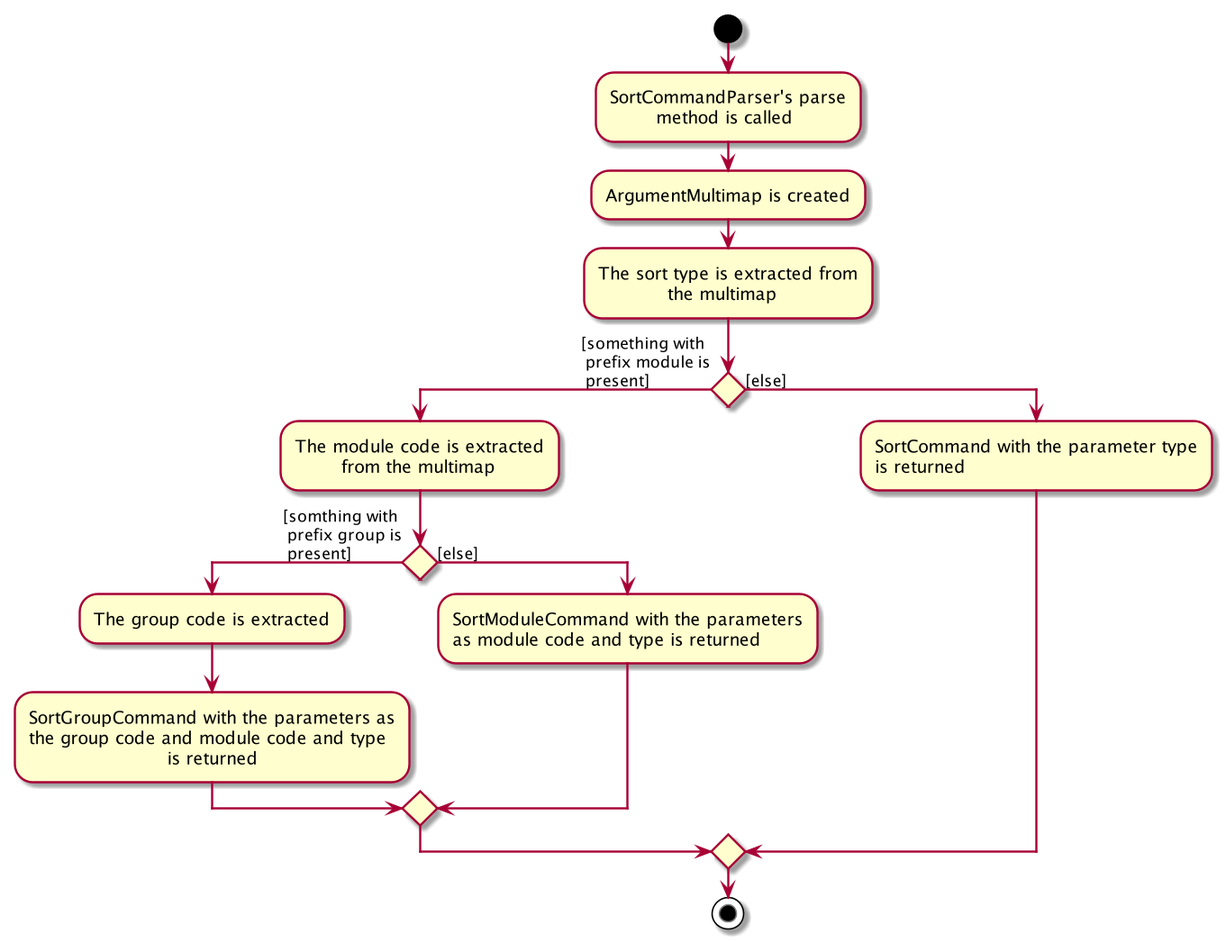
Before: docs/images/SortParserActivityDiagram.png, a diagram exported from PlantUML (nus-cs2103-AY1920S2/addressbook-level3).
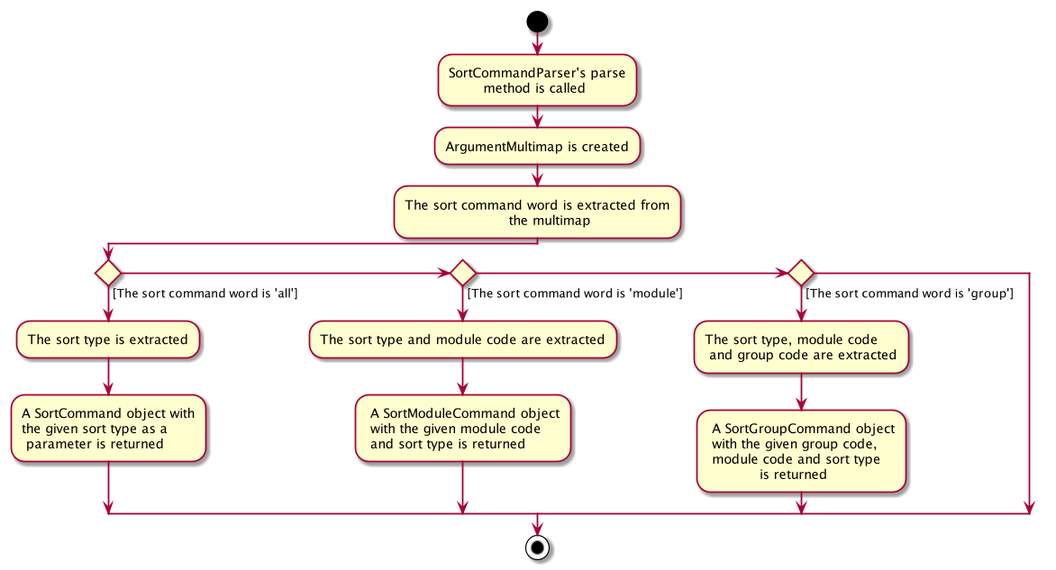
The same file after the commit.

Commit message:
Add sort details

Diff of the diagram source:
```diff
@@ -5,28 +5,29 @@
 
 :ArgumentMultimap is created;
 
-:The sort type is extracted from
-            the multimap;
+:The sort command word is extracted from
+                        the multimap;
 
-if() then ([something with\n prefix module is\n present])
-    :The module code is extracted
-            from the multimap;
+if() then ([The sort command word is 'all'])
+    :The sort type is extracted;
+    :A SortCommand object with
+    the given sort type as a
+     parameter is returned;
 
-if() then ([somthing with\n prefix group is\n present])
-    :The group code is extracted;
-    :SortGroupCommand with the parameters as
-    the group code and module code and type
-                            is returned;
+else if() then ([The sort command word is 'module'])
+    :The sort type and module code are extracted;
+    : A SortModuleCommand object
+     with the given module code
+     and sort type is returned;
 
-else ([else])
-    :SortModuleCommand with the parameters
-    as module code and type is returned;
+else if() then ([The sort command word is 'group'])
+    :The sort type, module code
+     and group code are extracted;
+    : A SortGroupCommand object
+     with the given group code,
+     module code and sort type
+                is returned;
 
-endif
-
-else ([else])
-    :SortCommand with the parameter type
-    is returned;
 
 endif
 
```
